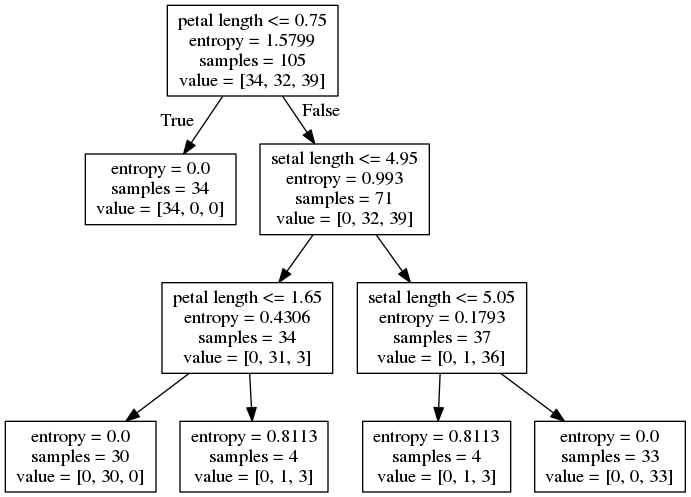
Above: ch03/tree.png in jinhojang/python_machine_learning (Graphviz), before the change. Its source is kept beside it as ch03/tree.dot.
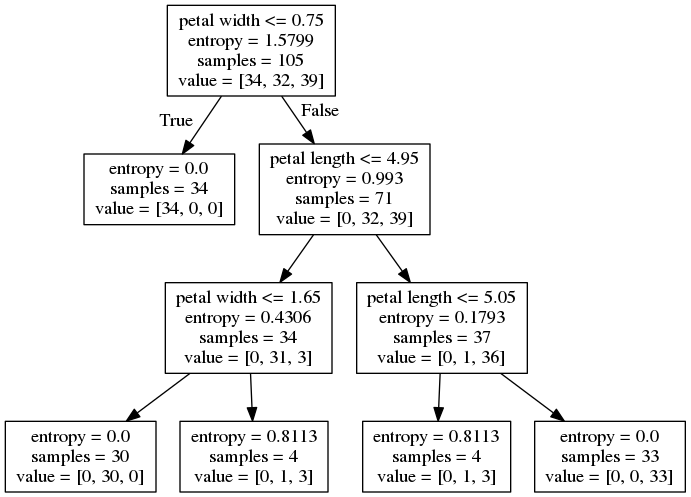
Above is the later version.

The edit, as a diff of the source:
```diff
@@ -1,17 +1,17 @@
 digraph Tree {
 node [shape=box] ;
-0 [label="petal length <= 0.75\nentropy = 1.5799\nsamples = 105\nvalue = [34, 32, 39]"] ;
+0 [label="petal width <= 0.75\nentropy = 1.5799\nsamples = 105\nvalue = [34, 32, 39]"] ;
 1 [label="entropy = 0.0\nsamples = 34\nvalue = [34, 0, 0]"] ;
 0 -> 1 [labeldistance=2.5, labelangle=45, headlabel="True"] ;
-2 [label="setal length <= 4.95\nentropy = 0.993\nsamples = 71\nvalue = [0, 32, 39]"] ;
+2 [label="petal length <= 4.95\nentropy = 0.993\nsamples = 71\nvalue = [0, 32, 39]"] ;
 0 -> 2 [labeldistance=2.5, labelangle=-45, headlabel="False"] ;
-3 [label="petal length <= 1.65\nentropy = 0.4306\nsamples = 34\nvalue = [0, 31, 3]"] ;
+3 [label="petal width <= 1.65\nentropy = 0.4306\nsamples = 34\nvalue = [0, 31, 3]"] ;
 2 -> 3 ;
 4 [label="entropy = 0.0\nsamples = 30\nvalue = [0, 30, 0]"] ;
 3 -> 4 ;
 5 [label="entropy = 0.8113\nsamples = 4\nvalue = [0, 1, 3]"] ;
 3 -> 5 ;
-6 [label="setal length <= 5.05\nentropy = 0.1793\nsamples = 37\nvalue = [0, 1, 36]"] ;
+6 [label="petal length <= 5.05\nentropy = 0.1793\nsamples = 37\nvalue = [0, 1, 36]"] ;
 2 -> 6 ;
 7 [label="entropy = 0.8113\nsamples = 4\nvalue = [0, 1, 3]"] ;
 6 -> 7 ;
```
